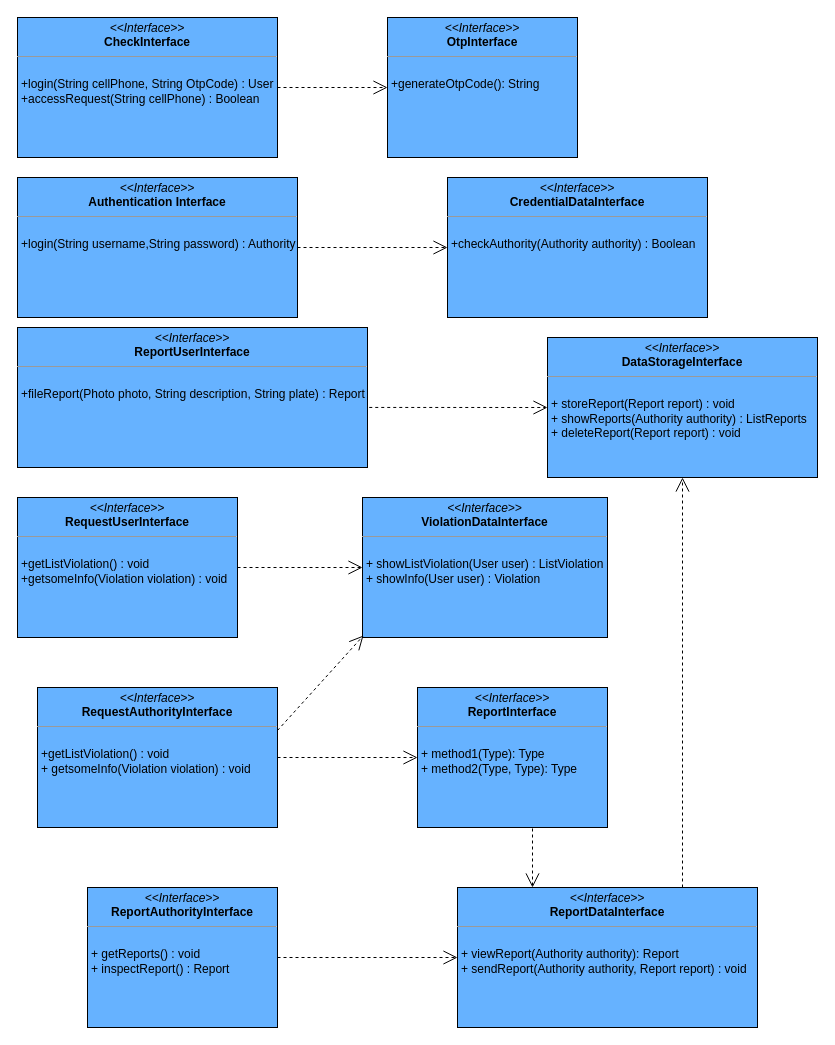
This is DD/Files/Models/ComponentInterfaces.drawio from Danielededo/CuzzucoliDeDominicis, a draw.io file, before an edit. Source tidied: cells renumbered, new cells numbered last; positions are measured from the earlier drawing's top-left corner, leaving out a move shared by most shapes. Both pictures are drawn from the tidied source at 100%, with x=0, y=0 at pixel (17, 17).
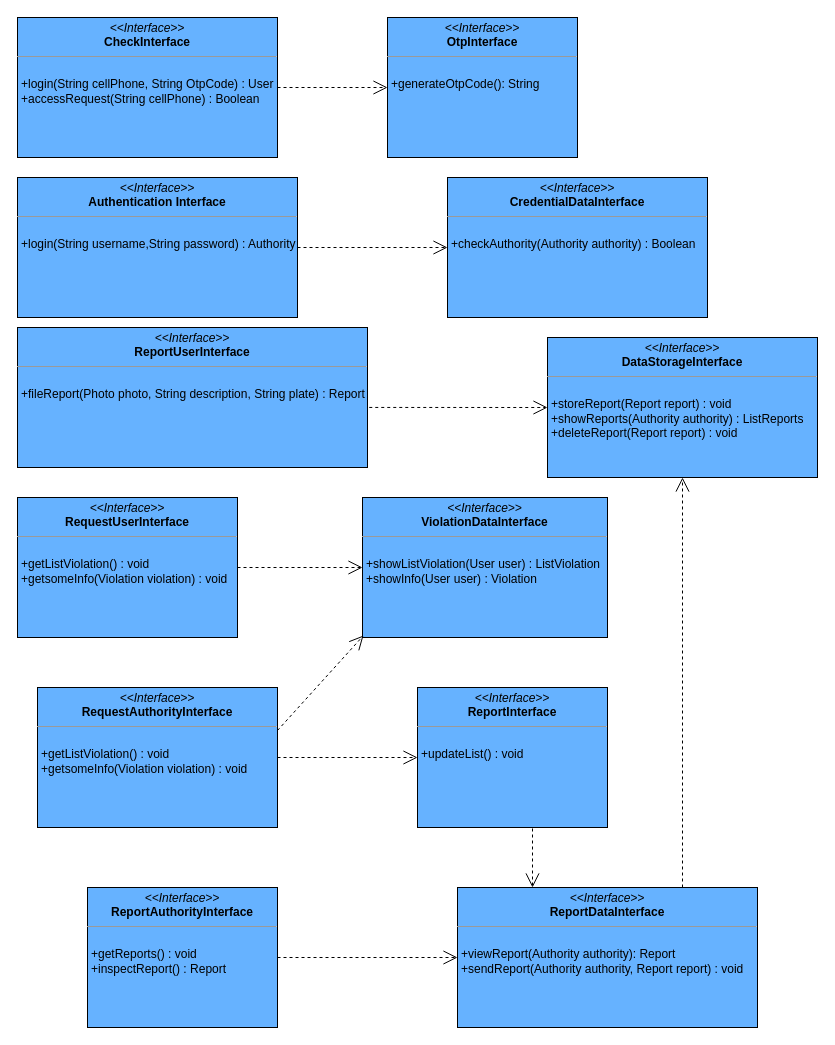
Above is the later version.

Change to the diagram source:
```diff
@@
-    <mxCell id="5" value="&lt;p style=&quot;margin: 0px ; margin-top: 4px ; text-align: center&quot;&gt;&lt;i&gt;&amp;lt;&amp;lt;Interface&amp;gt;&amp;gt;&lt;/i&gt;&lt;br&gt;&lt;b&gt;DataStorageInterface&lt;/b&gt;&lt;/p&gt;&lt;hr size=&quot;1&quot;&gt;&lt;br&gt;&lt;p style=&quot;margin: 0px ; margin-left: 4px&quot;&gt;+ storeReport(Report report) : void&lt;br&gt;+ showReports(Authority authority) : ListReports&lt;/p&gt;&lt;p style=&quot;margin: 0px ; margin-left: 4px&quot;&gt;+ deleteReport(Report report) : void&lt;br&gt;&lt;/p&gt;" style="verticalAlign=top;align=left;overflow=fill;fontSize=12;fontFamily=Helvetica;html=1;fillColor=#66B2FF;" parent="1" vertex="1">
+    <mxCell id="5" value="&lt;p style=&quot;margin: 0px ; margin-top: 4px ; text-align: center&quot;&gt;&lt;i&gt;&amp;lt;&amp;lt;Interface&amp;gt;&amp;gt;&lt;/i&gt;&lt;br&gt;&lt;b&gt;DataStorageInterface&lt;/b&gt;&lt;/p&gt;&lt;hr size=&quot;1&quot;&gt;&lt;br&gt;&lt;p style=&quot;margin: 0px ; margin-left: 4px&quot;&gt;+storeReport(Report report) : void&lt;br&gt;+showReports(Authority authority) : ListReports&lt;/p&gt;&lt;p style=&quot;margin: 0px ; margin-left: 4px&quot;&gt;+deleteReport(Report report) : void&lt;br&gt;&lt;/p&gt;" style="verticalAlign=top;align=left;overflow=fill;fontSize=12;fontFamily=Helvetica;html=1;fillColor=#66B2FF;" parent="1" vertex="1">
       <mxGeometry x="530" y="320" width="270" height="140" as="geometry" />
     </mxCell>
@@
-    <mxCell id="7" value="&lt;p style=&quot;margin: 0px ; margin-top: 4px ; text-align: center&quot;&gt;&lt;i&gt;&amp;lt;&amp;lt;Interface&amp;gt;&amp;gt;&lt;/i&gt;&lt;br&gt;&lt;b&gt;RequestAuthorityInterface&lt;/b&gt;&lt;/p&gt;&lt;hr size=&quot;1&quot;&gt;&lt;br&gt;&lt;p style=&quot;margin: 0px ; margin-left: 4px&quot;&gt;+getListViolation() : void&lt;br&gt;+ getsomeInfo(Violation violation) : void&lt;br&gt;&lt;/p&gt;" style="verticalAlign=top;align=left;overflow=fill;fontSize=12;fontFamily=Helvetica;html=1;fillColor=#66B2FF;" parent="1" vertex="1">
+    <mxCell id="7" value="&lt;p style=&quot;margin: 0px ; margin-top: 4px ; text-align: center&quot;&gt;&lt;i&gt;&amp;lt;&amp;lt;Interface&amp;gt;&amp;gt;&lt;/i&gt;&lt;br&gt;&lt;b&gt;RequestAuthorityInterface&lt;/b&gt;&lt;/p&gt;&lt;hr size=&quot;1&quot;&gt;&lt;br&gt;&lt;p style=&quot;margin: 0px ; margin-left: 4px&quot;&gt;+getListViolation() : void&lt;br&gt;+getsomeInfo(Violation violation) : void&lt;br&gt;&lt;/p&gt;" style="verticalAlign=top;align=left;overflow=fill;fontSize=12;fontFamily=Helvetica;html=1;fillColor=#66B2FF;" parent="1" vertex="1">
       <mxGeometry x="20" y="670" width="240" height="140" as="geometry" />
     </mxCell>
-    <mxCell id="8" value="&lt;p style=&quot;margin: 0px ; margin-top: 4px ; text-align: center&quot;&gt;&lt;i&gt;&amp;lt;&amp;lt;Interface&amp;gt;&amp;gt;&lt;/i&gt;&lt;br&gt;&lt;b&gt;ReportAuthorityInterface&lt;/b&gt;&lt;/p&gt;&lt;hr size=&quot;1&quot;&gt;&lt;br&gt;&lt;p style=&quot;margin: 0px ; margin-left: 4px&quot;&gt;+ getReports() : void&lt;br&gt;+ inspectReport() : Report&lt;br&gt;&lt;/p&gt;" style="verticalAlign=top;align=left;overflow=fill;fontSize=12;fontFamily=Helvetica;html=1;fillColor=#66B2FF;" parent="1" vertex="1">
+    <mxCell id="8" value="&lt;p style=&quot;margin: 0px ; margin-top: 4px ; text-align: center&quot;&gt;&lt;i&gt;&amp;lt;&amp;lt;Interface&amp;gt;&amp;gt;&lt;/i&gt;&lt;br&gt;&lt;b&gt;ReportAuthorityInterface&lt;/b&gt;&lt;/p&gt;&lt;hr size=&quot;1&quot;&gt;&lt;br&gt;&lt;p style=&quot;margin: 0px ; margin-left: 4px&quot;&gt;+getReports() : void&lt;br&gt;+inspectReport() : Report&lt;br&gt;&lt;/p&gt;" style="verticalAlign=top;align=left;overflow=fill;fontSize=12;fontFamily=Helvetica;html=1;fillColor=#66B2FF;" parent="1" vertex="1">
       <mxGeometry x="70" y="870" width="190" height="140" as="geometry" />
     </mxCell>
@@
-    <mxCell id="10" value="&lt;p style=&quot;margin: 0px ; margin-top: 4px ; text-align: center&quot;&gt;&lt;i&gt;&amp;lt;&amp;lt;Interface&amp;gt;&amp;gt;&lt;/i&gt;&lt;br&gt;&lt;b&gt;ReportInterface&lt;/b&gt;&lt;/p&gt;&lt;hr size=&quot;1&quot;&gt;&lt;br&gt;&lt;p style=&quot;margin: 0px ; margin-left: 4px&quot;&gt;+ method1(Type): Type&lt;br&gt;+ method2(Type, Type): Type&lt;/p&gt;" style="verticalAlign=top;align=left;overflow=fill;fontSize=12;fontFamily=Helvetica;html=1;fillColor=#66B2FF;" parent="1" vertex="1">
+    <mxCell id="10" value="&lt;p style=&quot;margin: 0px ; margin-top: 4px ; text-align: center&quot;&gt;&lt;i&gt;&amp;lt;&amp;lt;Interface&amp;gt;&amp;gt;&lt;/i&gt;&lt;br&gt;&lt;b&gt;ReportInterface&lt;/b&gt;&lt;/p&gt;&lt;hr size=&quot;1&quot;&gt;&lt;br&gt;&lt;p style=&quot;margin: 0px ; margin-left: 4px&quot;&gt;+updateList() : void&lt;br&gt;&lt;/p&gt;" style="verticalAlign=top;align=left;overflow=fill;fontSize=12;fontFamily=Helvetica;html=1;fillColor=#66B2FF;" parent="1" vertex="1">
       <mxGeometry x="400" y="670" width="190" height="140" as="geometry" />
     </mxCell>
-    <mxCell id="11" value="&lt;p style=&quot;margin: 0px ; margin-top: 4px ; text-align: center&quot;&gt;&lt;i&gt;&amp;lt;&amp;lt;Interface&amp;gt;&amp;gt;&lt;/i&gt;&lt;br&gt;&lt;b&gt;ViolationDataInterface&lt;/b&gt;&lt;/p&gt;&lt;hr size=&quot;1&quot;&gt;&lt;br&gt;&lt;p style=&quot;margin: 0px ; margin-left: 4px&quot;&gt;+ showListViolation(User user) : ListViolation&lt;br&gt;+ showInfo(User user) : Violation&lt;br&gt;&lt;/p&gt;" style="verticalAlign=top;align=left;overflow=fill;fontSize=12;fontFamily=Helvetica;html=1;fillColor=#66B2FF;" parent="1" vertex="1">
+    <mxCell id="11" value="&lt;p style=&quot;margin: 0px ; margin-top: 4px ; text-align: center&quot;&gt;&lt;i&gt;&amp;lt;&amp;lt;Interface&amp;gt;&amp;gt;&lt;/i&gt;&lt;br&gt;&lt;b&gt;ViolationDataInterface&lt;/b&gt;&lt;/p&gt;&lt;hr size=&quot;1&quot;&gt;&lt;br&gt;&lt;p style=&quot;margin: 0px ; margin-left: 4px&quot;&gt;+showListViolation(User user) : ListViolation&lt;br&gt;+showInfo(User user) : Violation&lt;br&gt;&lt;/p&gt;" style="verticalAlign=top;align=left;overflow=fill;fontSize=12;fontFamily=Helvetica;html=1;fillColor=#66B2FF;" parent="1" vertex="1">
       <mxGeometry x="345" y="480" width="245" height="140" as="geometry" />
     </mxCell>
-    <mxCell id="12" value="&lt;p style=&quot;margin: 0px ; margin-top: 4px ; text-align: center&quot;&gt;&lt;i&gt;&amp;lt;&amp;lt;Interface&amp;gt;&amp;gt;&lt;/i&gt;&lt;br&gt;&lt;b&gt;ReportDataInterface&lt;/b&gt;&lt;/p&gt;&lt;hr size=&quot;1&quot;&gt;&lt;br&gt;&lt;p style=&quot;margin: 0px ; margin-left: 4px&quot;&gt;+ viewReport(Authority authority): Report&lt;br&gt;+ sendReport(Authority authority, Report report) : void&lt;br&gt;&lt;/p&gt;" style="verticalAlign=top;align=left;overflow=fill;fontSize=12;fontFamily=Helvetica;html=1;fillColor=#66B2FF;" parent="1" vertex="1">
+    <mxCell id="12" value="&lt;p style=&quot;margin: 0px ; margin-top: 4px ; text-align: center&quot;&gt;&lt;i&gt;&amp;lt;&amp;lt;Interface&amp;gt;&amp;gt;&lt;/i&gt;&lt;br&gt;&lt;b&gt;ReportDataInterface&lt;/b&gt;&lt;/p&gt;&lt;hr size=&quot;1&quot;&gt;&lt;br&gt;&lt;p style=&quot;margin: 0px ; margin-left: 4px&quot;&gt;+viewReport(Authority authority): Report&lt;br&gt;+sendReport(Authority authority, Report report) : void&lt;br&gt;&lt;/p&gt;" style="verticalAlign=top;align=left;overflow=fill;fontSize=12;fontFamily=Helvetica;html=1;fillColor=#66B2FF;" parent="1" vertex="1">
       <mxGeometry x="440" y="870" width="300" height="140" as="geometry" />
     </mxCell>
```
